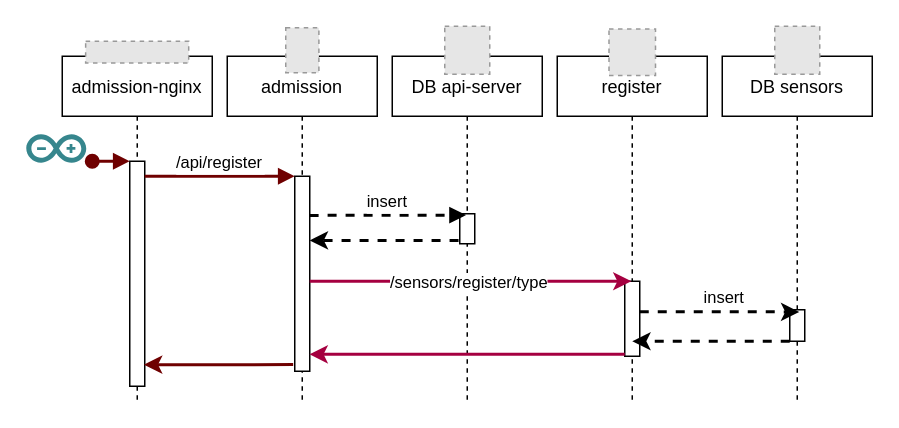
home-anthill/docs keeps this draw.io diagram as diagrams/3-register-sensors.drawio. Above is the earlier version. Source tidied: cells renumbered, new cells numbered last; positions are measured from the earlier drawing's top-left corner, leaving out a move shared by most shapes. Both pictures are drawn from the tidied source at 150%, with x=0, y=0 at pixel (26, 26). Pictures stored in the file or linked from it are replaced by grey dashed boxes.
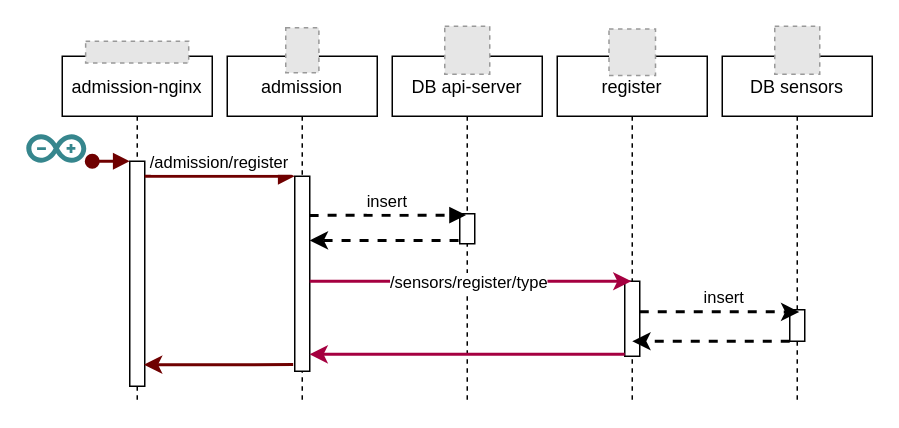
Above is the later version.

Commit message (it also covers changes not shown here):
fix: remove /api/register because the new path is /admission/register

The change refers to these unchanged cells:
```xml
<mxCell id="3" style="points=[];perimeter=orthogonalPerimeter;rounded=0;shadow=0;strokeWidth=1;" parent="2" vertex="1">
  <mxGeometry x="45" y="70" width="10" height="150" as="geometry" />
</mxCell>
<mxCell id="7" style="points=[];perimeter=orthogonalPerimeter;rounded=0;shadow=0;strokeWidth=1;" parent="6" vertex="1">
  <mxGeometry x="45" y="80" width="10" height="130" as="geometry" />
</mxCell>
```

Change to the diagram source:
```diff
@@
-    <mxCell id="8" value="/api/register" style="verticalAlign=bottom;endArrow=block;entryX=0;entryY=0;shadow=0;strokeWidth=2;fillColor=#a20025;strokeColor=#6F0000;" parent="1" edge="1" source="3" target="7">
+    <mxCell id="8" value="/admission/register" style="verticalAlign=bottom;endArrow=block;entryX=0;entryY=0;shadow=0;strokeWidth=2;fillColor=#a20025;strokeColor=#6F0000;" parent="1" edge="1" source="3" target="7">
       <mxGeometry relative="1" as="geometry" />
     </mxCell>
```
